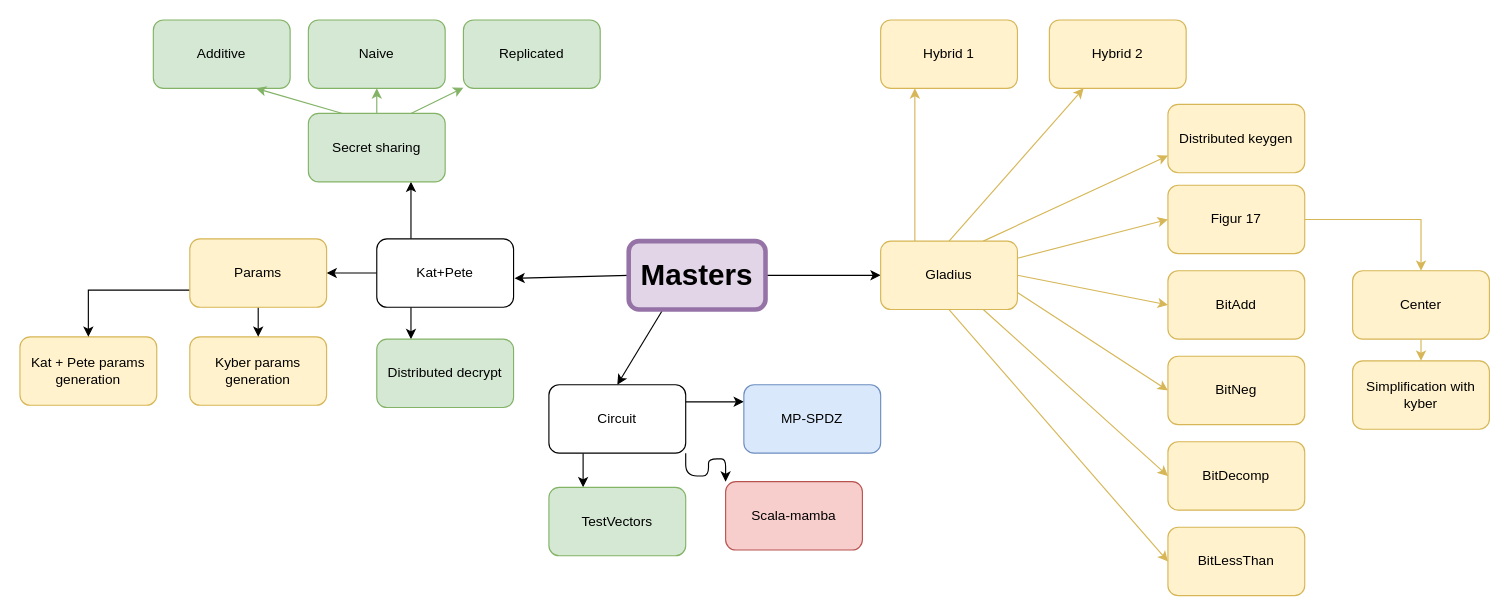
The draw.io diagram Untitled Diagram.drawio in Sellebjergen/ThresholdKyber, before the edit. Source tidied: cells renumbered, new cells numbered last; positions are measured from the earlier drawing's top-left corner, leaving out a move shared by most shapes. Both pictures are drawn from the tidied source at 114%, with x=0, y=0 at pixel (19, 19).
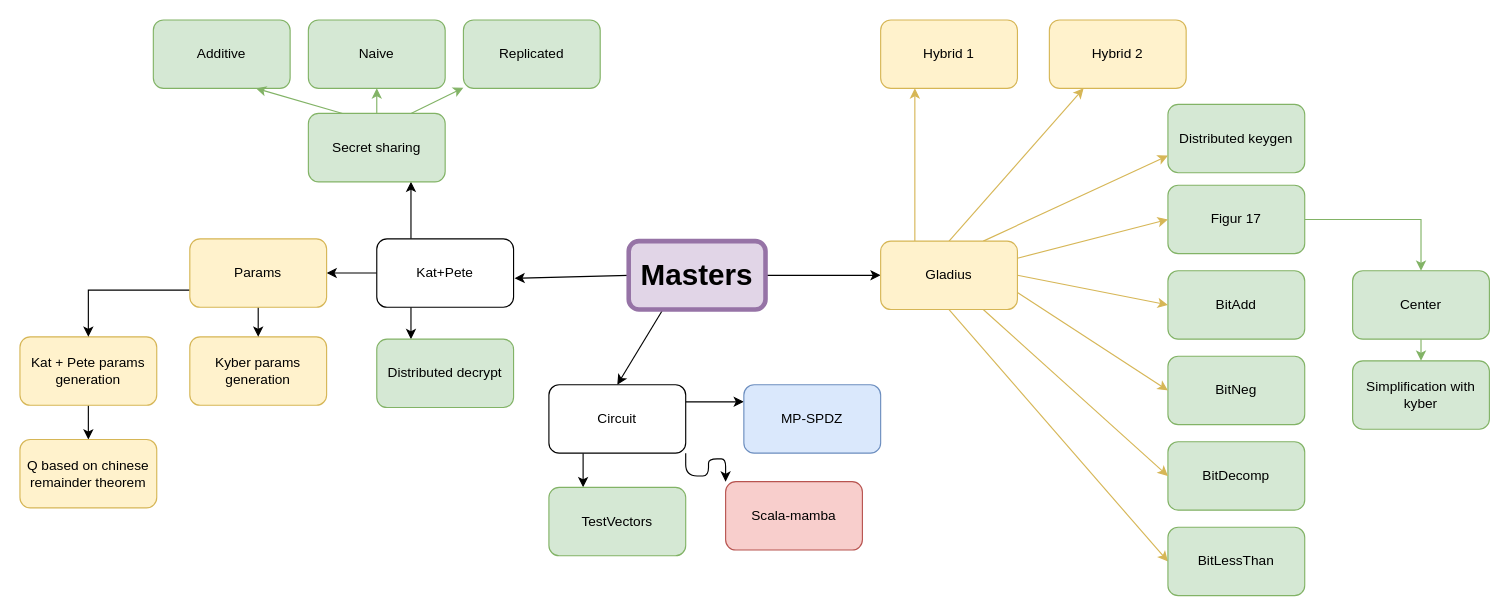
The same diagram, later.

The change refers to these unchanged cells:
```xml
<mxCell id="27" value="Kat + Pete params generation" style="rounded=1;whiteSpace=wrap;html=1;labelBackgroundColor=none;fillColor=#fff2cc;strokeColor=#d6b656;" parent="1" vertex="1">
  <mxGeometry y="278" width="120" height="60" as="geometry" />
</mxCell>
```

Change to the diagram source:
```diff
@@
-    <mxCell id="10" value="BitDecomp" style="rounded=1;whiteSpace=wrap;html=1;labelBackgroundColor=none;fillColor=#fff2cc;strokeColor=#d6b656;" parent="1" vertex="1">
+    <mxCell id="10" value="BitDecomp" style="rounded=1;whiteSpace=wrap;html=1;labelBackgroundColor=none;fillColor=#d5e8d4;strokeColor=#82b366;" parent="1" vertex="1">
       <mxGeometry x="1007" y="370" width="120" height="60" as="geometry" />
     </mxCell>
-    <mxCell id="11" value="BitNeg" style="rounded=1;whiteSpace=wrap;html=1;labelBackgroundColor=none;fillColor=#fff2cc;strokeColor=#d6b656;" parent="1" vertex="1">
+    <mxCell id="11" value="BitNeg" style="rounded=1;whiteSpace=wrap;html=1;labelBackgroundColor=none;fillColor=#d5e8d4;strokeColor=#82b366;" parent="1" vertex="1">
       <mxGeometry x="1007" y="295" width="120" height="60" as="geometry" />
     </mxCell>
-    <mxCell id="12" value="BitAdd" style="rounded=1;whiteSpace=wrap;html=1;labelBackgroundColor=none;fillColor=#fff2cc;strokeColor=#d6b656;" parent="1" vertex="1">
+    <mxCell id="12" value="BitAdd" style="rounded=1;whiteSpace=wrap;html=1;labelBackgroundColor=none;fillColor=#d5e8d4;strokeColor=#82b366;" parent="1" vertex="1">
       <mxGeometry x="1007" y="220" width="120" height="60" as="geometry" />
     </mxCell>
-    <mxCell id="13" style="edgeStyle=orthogonalEdgeStyle;rounded=0;jettySize=auto;html=1;exitX=1;exitY=0.5;exitDx=0;exitDy=0;entryX=0.5;entryY=0;entryDx=0;entryDy=0;labelBackgroundColor=none;fontColor=default;fillColor=#fff2cc;strokeColor=#d6b656;" parent="1" edge="1" source="14" target="42">
+    <mxCell id="13" style="edgeStyle=orthogonalEdgeStyle;rounded=0;jettySize=auto;html=1;exitX=1;exitY=0.5;exitDx=0;exitDy=0;entryX=0.5;entryY=0;entryDx=0;entryDy=0;labelBackgroundColor=none;fontColor=default;fillColor=#d5e8d4;strokeColor=#82b366;" parent="1" edge="1" source="14" target="42">
       <mxGeometry relative="1" as="geometry" />
     </mxCell>
-    <mxCell id="14" value="Figur 17" style="rounded=1;whiteSpace=wrap;html=1;labelBackgroundColor=none;fillColor=#fff2cc;strokeColor=#d6b656;" parent="1" vertex="1">
+    <mxCell id="14" value="Figur 17" style="rounded=1;whiteSpace=wrap;html=1;labelBackgroundColor=none;fillColor=#d5e8d4;strokeColor=#82b366;" parent="1" vertex="1">
       <mxGeometry x="1007" y="145" width="120" height="60" as="geometry" />
     </mxCell>
-    <mxCell id="15" value="Distributed keygen" style="rounded=1;whiteSpace=wrap;html=1;labelBackgroundColor=none;fillColor=#fff2cc;strokeColor=#d6b656;" parent="1" vertex="1">
+    <mxCell id="15" value="Distributed keygen" style="rounded=1;whiteSpace=wrap;html=1;labelBackgroundColor=none;fillColor=#d5e8d4;strokeColor=#82b366;" parent="1" vertex="1">
       <mxGeometry x="1007" y="74" width="120" height="60" as="geometry" />
     </mxCell>
@@
+    <mxCell id="51" style="edgeStyle=orthogonalEdgeStyle;rounded=0;jettySize=auto;html=1;" parent="1" edge="1" source="27" target="52">
+      <mxGeometry relative="1" as="geometry" />
+    </mxCell>
@@
-    <mxCell id="40" value="BitLessThan" style="rounded=1;whiteSpace=wrap;html=1;labelBackgroundColor=none;fillColor=#fff2cc;strokeColor=#d6b656;" parent="1" vertex="1">
+    <mxCell id="40" value="BitLessThan" style="rounded=1;whiteSpace=wrap;html=1;labelBackgroundColor=none;fillColor=#d5e8d4;strokeColor=#82b366;" parent="1" vertex="1">
       <mxGeometry x="1007" y="445" width="120" height="60" as="geometry" />
     </mxCell>
-    <mxCell id="41" style="edgeStyle=orthogonalEdgeStyle;rounded=0;jettySize=auto;html=1;exitX=0.5;exitY=1;exitDx=0;exitDy=0;entryX=0.5;entryY=0;entryDx=0;entryDy=0;labelBackgroundColor=none;fontColor=default;fillColor=#fff2cc;strokeColor=#d6b656;" parent="1" edge="1" source="42" target="43">
+    <mxCell id="41" style="edgeStyle=orthogonalEdgeStyle;rounded=0;jettySize=auto;html=1;exitX=0.5;exitY=1;exitDx=0;exitDy=0;entryX=0.5;entryY=0;entryDx=0;entryDy=0;labelBackgroundColor=none;fontColor=default;fillColor=#d5e8d4;strokeColor=#82b366;" parent="1" edge="1" source="42" target="43">
       <mxGeometry relative="1" as="geometry" />
     </mxCell>
-    <mxCell id="42" value="Center" style="rounded=1;whiteSpace=wrap;html=1;labelBackgroundColor=none;fillColor=#fff2cc;strokeColor=#d6b656;" parent="1" vertex="1">
+    <mxCell id="42" value="Center" style="rounded=1;whiteSpace=wrap;html=1;labelBackgroundColor=none;fillColor=#d5e8d4;strokeColor=#82b366;" parent="1" vertex="1">
       <mxGeometry x="1169" y="220" width="120" height="60" as="geometry" />
     </mxCell>
-    <mxCell id="43" value="Simplification with kyber" style="rounded=1;whiteSpace=wrap;html=1;labelBackgroundColor=none;fillColor=#fff2cc;strokeColor=#d6b656;" parent="1" vertex="1">
+    <mxCell id="43" value="Simplification with kyber" style="rounded=1;whiteSpace=wrap;html=1;labelBackgroundColor=none;fillColor=#d5e8d4;strokeColor=#82b366;" parent="1" vertex="1">
       <mxGeometry x="1169" y="299" width="120" height="60" as="geometry" />
     </mxCell>
@@
+    <mxCell id="52" value="Q based on chinese remainder theorem" style="rounded=1;whiteSpace=wrap;html=1;labelBackgroundColor=none;fillColor=#fff2cc;strokeColor=#d6b656;" parent="1" vertex="1">
+      <mxGeometry y="368" width="120" height="60" as="geometry" />
+    </mxCell>
```
